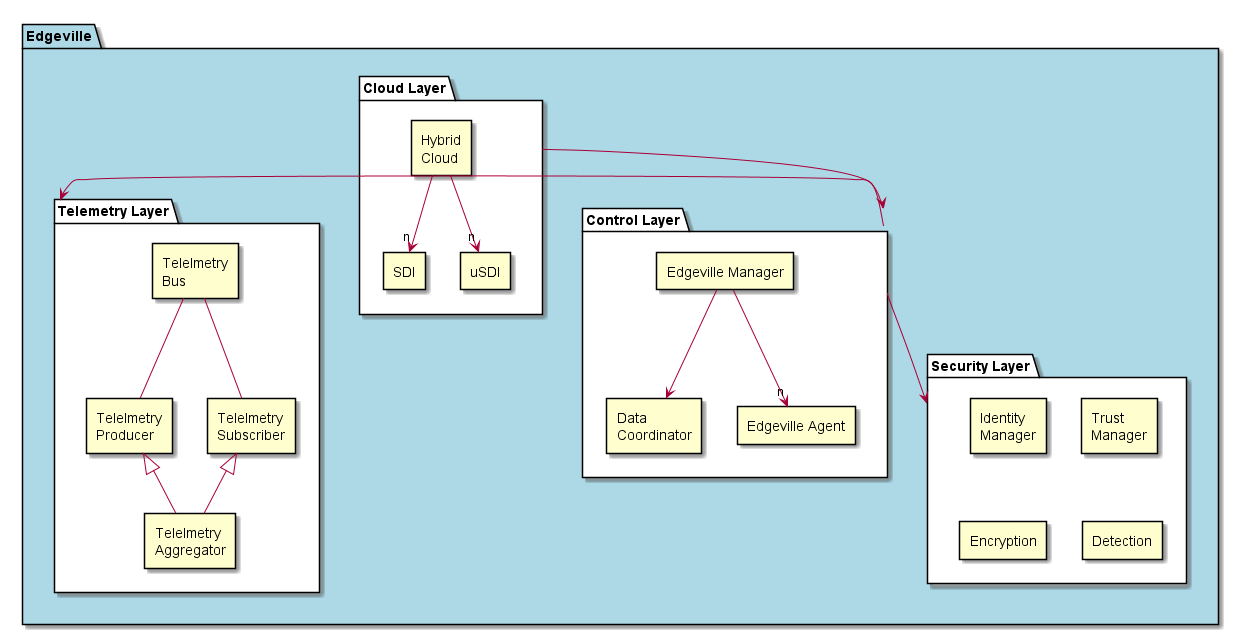
Earlier version of the PlantUML export docs/Solution/HighLevelLogical.png (CAADE/edgeville).
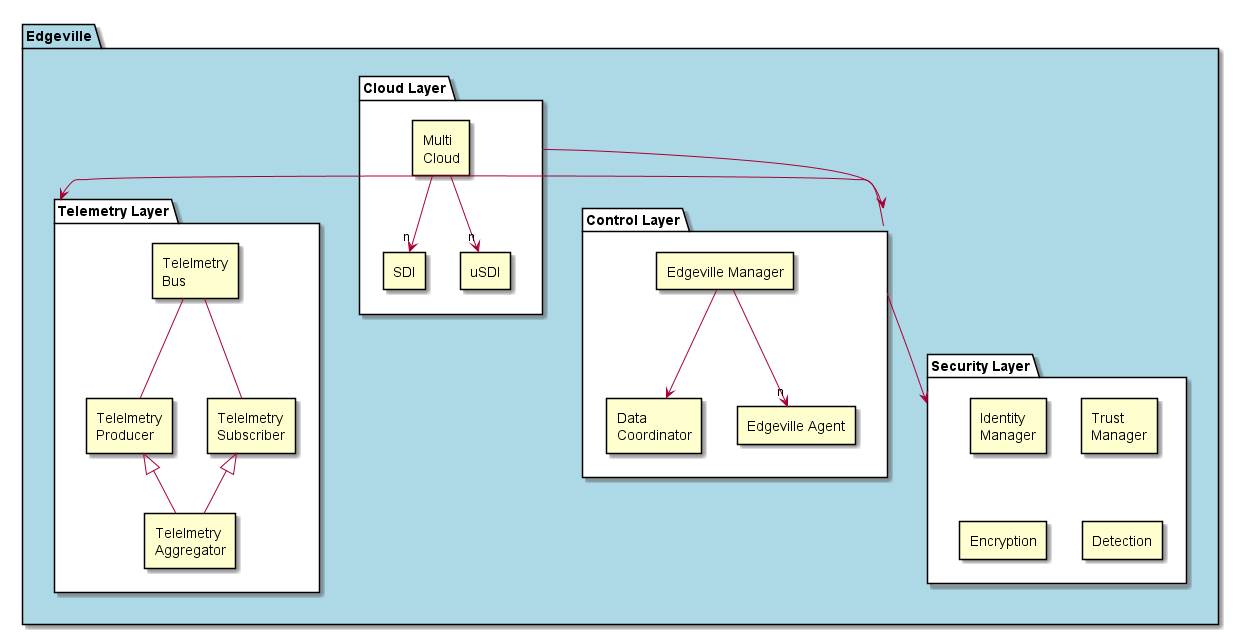
The same diagram one commit later.

Diff of the diagram source:
```diff
@@ -4,7 +4,7 @@
     package "Cloud Layer" as Cloud #white {
       rectangle "SDI"
       rectangle "uSDI"
-      rectangle "Hybrid\nCloud" as HC
+      rectangle "Multi\nCloud" as HC
       HC --> "n" SDI
       HC --> "n" uSDI
     }
```
